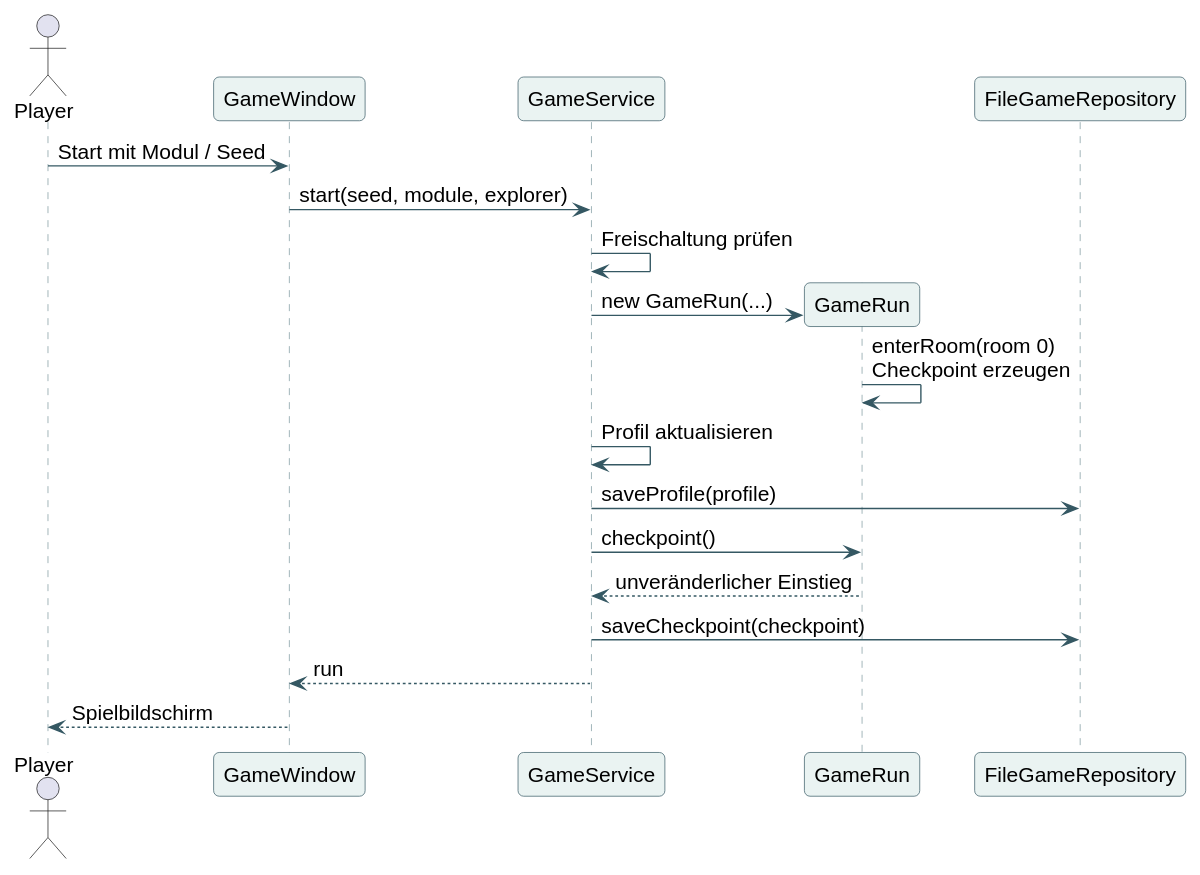
Before: docs/diagrams/06-start-sequence.svg, a diagram exported from PlantUML (bassdav2/abyss). The source it was exported from:
```plantuml
@startuml
skinparam backgroundColor #FFFFFF
skinparam defaultFontName Arial
skinparam defaultFontSize 15
skinparam shadowing false
skinparam roundcorner 8
skinparam ArrowColor #355863
skinparam classBackgroundColor #EAF3F2
skinparam classBorderColor #355863
skinparam participantBackgroundColor #EAF3F2
skinparam participantBorderColor #355863
skinparam sequenceLifeLineBorderColor #7A979C
skinparam noteBackgroundColor #FFF2DA
skinparam noteBorderColor #D8AA64
skinparam packageBackgroundColor #F5F8F7
skinparam packageBorderColor #6E8B91
hide empty members
actor Player
participant GameWindow as UI
participant GameService as Service
participant GameRun as Run
participant FileGameRepository as Repo
Player -> UI : Start mit Modul / Seed
UI -> Service : start(seed, module, explorer)
Service -> Service : Freischaltung prüfen
create Run
Service -> Run : new GameRun(...)
Run -> Run : enterRoom(room 0)\nCheckpoint erzeugen
Service -> Service : Profil aktualisieren
Service -> Repo : saveProfile(profile)
Service -> Run : checkpoint()
Run --> Service : unveränderlicher Einstieg
Service -> Repo : saveCheckpoint(checkpoint)
Service --> UI : run
UI --> Player : Spielbildschirm
@enduml
```
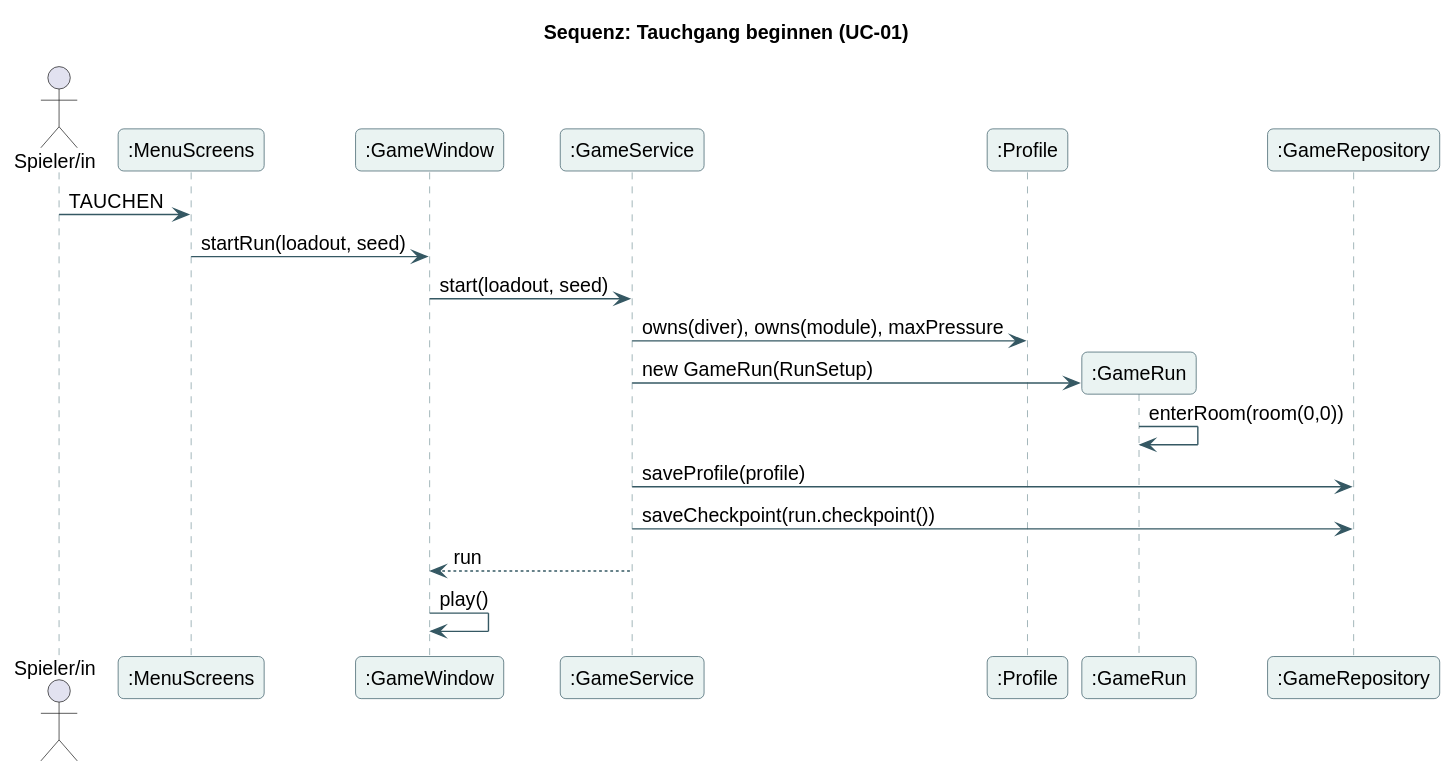
After the commit.

The edit, as a diff of the source:
```diff
@@ -1,7 +1,7 @@
 @startuml
 skinparam backgroundColor #FFFFFF
 skinparam defaultFontName Arial
-skinparam defaultFontSize 15
+skinparam defaultFontSize 14
 skinparam shadowing false
 skinparam roundcorner 8
 skinparam ArrowColor #355863
@@ -14,23 +14,25 @@
 skinparam noteBorderColor #D8AA64
 skinparam packageBackgroundColor #F5F8F7
 skinparam packageBorderColor #6E8B91
+skinparam stateBackgroundColor #EAF3F2
+skinparam stateBorderColor #355863
 hide empty members
-actor Player
-participant GameWindow as UI
-participant GameService as Service
-participant GameRun as Run
-participant FileGameRepository as Repo
-Player -> UI : Start mit Modul / Seed
-UI -> Service : start(seed, module, explorer)
-Service -> Service : Freischaltung prüfen
-create Run
-Service -> Run : new GameRun(...)
-Run -> Run : enterRoom(room 0)\nCheckpoint erzeugen
-Service -> Service : Profil aktualisieren
-Service -> Repo : saveProfile(profile)
-Service -> Run : checkpoint()
-Run --> Service : unveränderlicher Einstieg
-Service -> Repo : saveCheckpoint(checkpoint)
-Service --> UI : run
-UI --> Player : Spielbildschirm
+title Sequenz: Tauchgang beginnen (UC-01)
+actor "Spieler/in" as P
+participant ":MenuScreens" as M
+participant ":GameWindow" as W
+participant ":GameService" as S
+participant ":Profile" as Pr
+participant ":GameRun" as R
+participant ":GameRepository" as Repo
+P -> M : TAUCHEN
+M -> W : startRun(loadout, seed)
+W -> S : start(loadout, seed)
+S -> Pr : owns(diver), owns(module), maxPressure
+S -> R ** : new GameRun(RunSetup)
+R -> R : enterRoom(room(0,0))
+S -> Repo : saveProfile(profile)
+S -> Repo : saveCheckpoint(run.checkpoint())
+S --> W : run
+W -> W : play()
 @enduml
```
